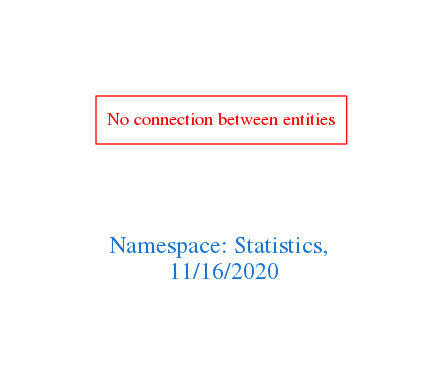
Above: downloads/Statistics.png in arago/OGIT (Graphviz), before the change. Its source is kept beside it as downloads/Statistics.dot.
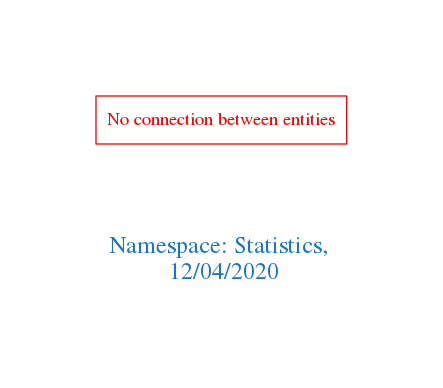
After the commit.

Change to the diagram source:
```diff
@@ -1,7 +1,7 @@
 digraph OGIT_ontology {
  graph [ rankdir= LR,pad=1
 fontsize = 18,
-fontcolor= dodgerblue3,label = "\n\n\nNamespace: Statistics, \n 11/16/2020"];
+fontcolor= dodgerblue3,label = "\n\n\nNamespace: Statistics, \n 12/04/2020"];
 node[shape=polygon];
 edge [  color="gray81"];
 
```
